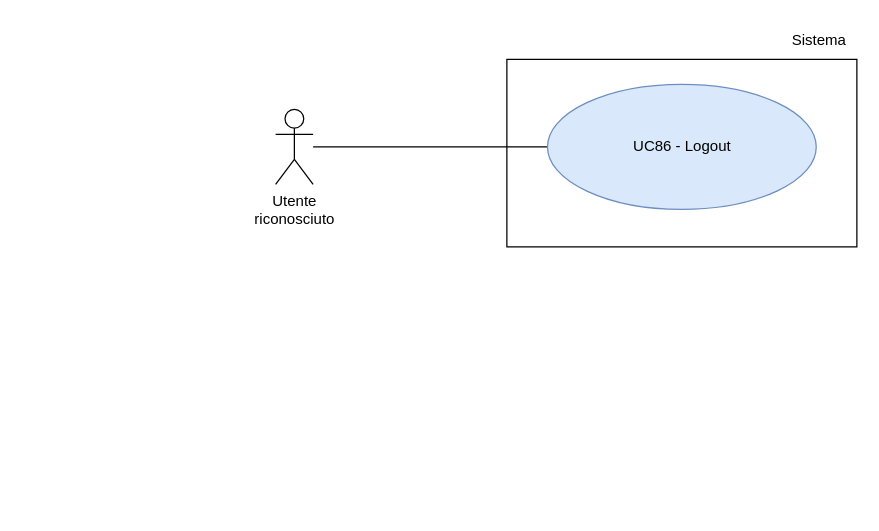
thebitless-group-swe/thebitless.github.io keeps this draw.io diagram as RTB/doc_esterna/analisi-dei-requisiti/assets/draw.io/UC86.drawio. Above is the earlier version. Source tidied: cells renumbered, new cells numbered last; positions are measured from the earlier drawing's top-left corner, leaving out a move shared by most shapes. Both pictures are drawn from the tidied source at 125%, with x=0, y=0 at pixel (275, 21).
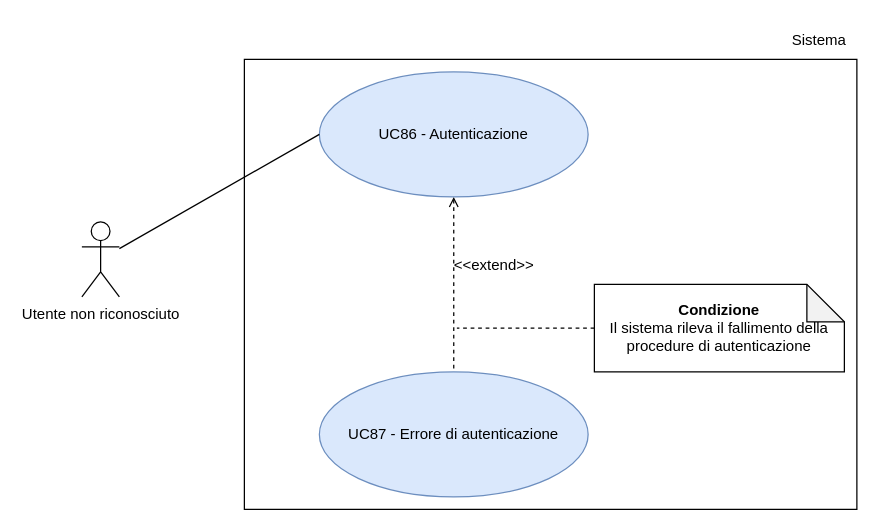
The same page after the edit.

The edit, as a diff of the source:
```diff
@@
 <mxGraphModel>
   <root>
     <mxCell id="0" />
     <mxCell id="1" parent="0" />
-    <mxCell id="2" style="rounded=0;whiteSpace=wrap;html=1;" parent="1" vertex="1">
-      <mxGeometry x="185" y="30" width="280" height="150" as="geometry" />
-    </mxCell>
-    <mxCell id="3" style="rounded=0;jettySize=auto;html=1;entryX=0;entryY=0.5;entryDx=0;entryDy=0;endArrow=none;endFill=0;" parent="1" edge="1" source="4" target="6">
-      <mxGeometry relative="1" as="geometry" />
-    </mxCell>
-    <mxCell id="4" value="Utente&lt;div&gt;riconosciuto&lt;/div&gt;" style="shape=umlActor;verticalLabelPosition=bottom;verticalAlign=top;html=1;outlineConnect=0;" parent="1" vertex="1">
-      <mxGeometry y="70" width="30" height="60" as="geometry" />
-    </mxCell>
+    <mxCell id="7" style="rounded=0;whiteSpace=wrap;html=1;" parent="1" vertex="1">
+      <mxGeometry x="-25" y="30" width="490" height="360" as="geometry" />
+    </mxCell>
+    <mxCell id="8" style="edgeStyle=orthogonalEdgeStyle;rounded=0;jettySize=auto;html=1;endArrow=none;endFill=0;dashed=1;startArrow=open;startFill=0;" parent="1" edge="1" source="9" target="12">
+      <mxGeometry relative="1" as="geometry" />
+    </mxCell>
+    <mxCell id="9" value="UC86 - Autenticazione" style="ellipse;whiteSpace=wrap;html=1;fillColor=#dae8fc;strokeColor=#6c8ebf;" parent="1" vertex="1">
+      <mxGeometry x="35" y="40" width="215" height="100" as="geometry" />
+    </mxCell>
+    <mxCell id="10" style="rounded=0;jettySize=auto;html=1;endArrow=none;endFill=0;entryX=0;entryY=0.5;entryDx=0;entryDy=0;" parent="1" edge="1" source="11" target="9">
+      <mxGeometry relative="1" as="geometry" />
+    </mxCell>
+    <mxCell id="11" value="Utente non riconosciuto" style="shape=umlActor;verticalLabelPosition=bottom;verticalAlign=top;html=1;outlineConnect=0;" parent="1" vertex="1">
+      <mxGeometry x="-155" y="160" width="30" height="60" as="geometry" />
+    </mxCell>
     <mxCell id="5" value="Sistema" style="text;html=1;whiteSpace=wrap;strokeColor=none;fillColor=none;align=center;verticalAlign=middle;rounded=0;" parent="1" vertex="1">
       <mxGeometry x="405" width="60" height="30" as="geometry" />
     </mxCell>
-    <mxCell id="6" value="UC86 - Logout" style="ellipse;whiteSpace=wrap;html=1;fillColor=#dae8fc;strokeColor=#6c8ebf;" parent="1" vertex="1">
-      <mxGeometry x="217.5" y="50" width="215" height="100" as="geometry" />
-    </mxCell>
+    <mxCell id="12" value="UC87 - Errore di autenticazione" style="ellipse;whiteSpace=wrap;html=1;fillColor=#dae8fc;strokeColor=#6c8ebf;" parent="1" vertex="1">
+      <mxGeometry x="35" y="280" width="215" height="100" as="geometry" />
+    </mxCell>
+    <mxCell id="13" value="&amp;lt;&amp;lt;extend&amp;gt;&amp;gt;" style="text;html=1;whiteSpace=wrap;strokeColor=none;fillColor=none;align=center;verticalAlign=middle;rounded=0;" parent="1" vertex="1">
+      <mxGeometry x="145" y="180" width="60" height="30" as="geometry" />
+    </mxCell>
+    <mxCell id="14" style="edgeStyle=orthogonalEdgeStyle;rounded=0;jettySize=auto;html=1;dashed=1;endArrow=none;endFill=0;" parent="1" edge="1" source="15">
+      <mxGeometry relative="1" as="geometry">
+        <mxPoint x="145" y="245" as="targetPoint" />
+      </mxGeometry>
+    </mxCell>
+    <mxCell id="15" value="&lt;b&gt;Condizione&lt;/b&gt;&lt;div&gt;Il sistema rileva il fallimento della procedure di autenticazione&lt;/div&gt;" style="shape=note;whiteSpace=wrap;html=1;backgroundOutline=1;darkOpacity=0.05;" parent="1" vertex="1">
+      <mxGeometry x="255" y="210" width="200" height="70" as="geometry" />
+    </mxCell>
   </root>
 </mxGraphModel>
```
